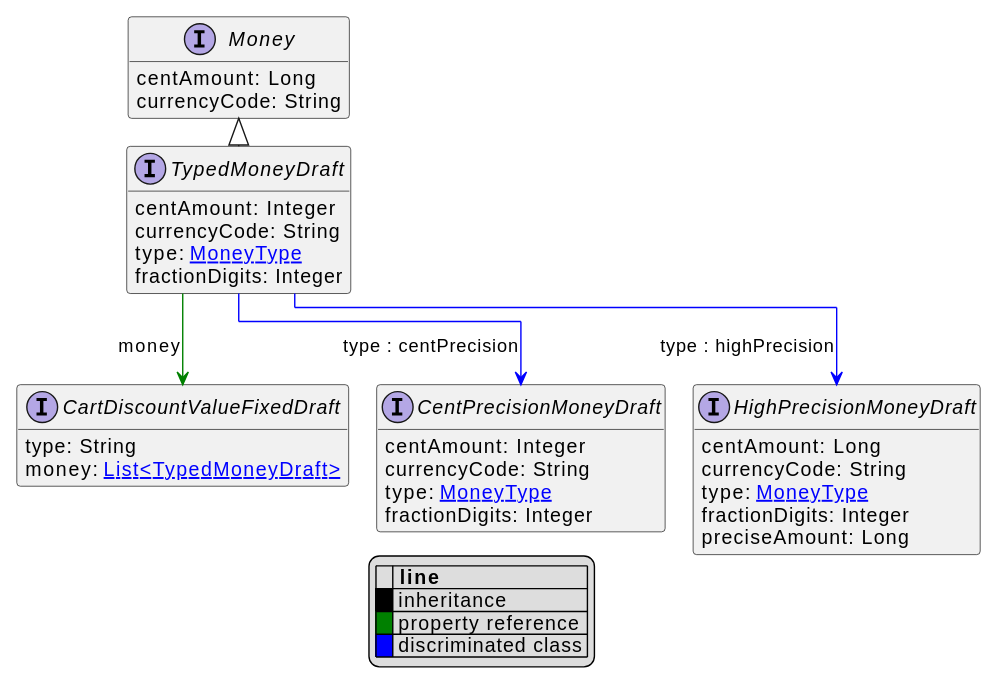
The PlantUML diagram uml/api/svg/TypedMoneyDraft.svg in commercetools/commercetools-api-reference, before a commit.
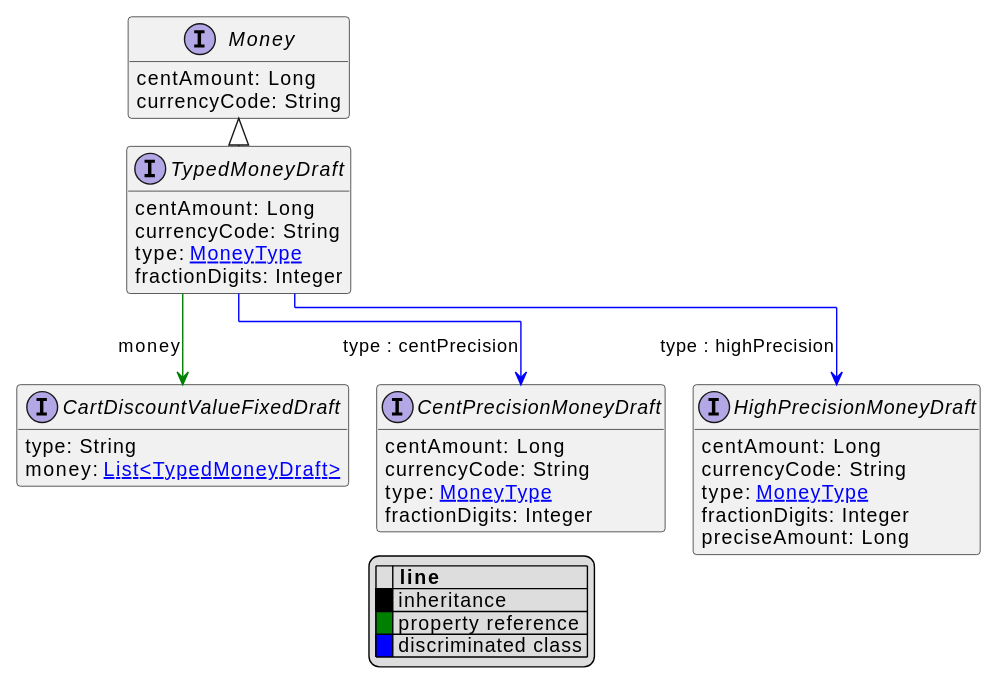
After the change.

What changed in the source:
```diff
@@ -9,7 +9,7 @@
 |<back:blue>   </back>| discriminated class |
 endlegend
 interface TypedMoneyDraft [[TypedMoneyDraft.svg]] extends Money {
-    centAmount: Integer
+    centAmount: Long
     currencyCode: String
     type: [[MoneyType.svg MoneyType]]
     fractionDigits: Integer
@@ -20,7 +20,7 @@
 }
 
 interface CentPrecisionMoneyDraft [[CentPrecisionMoneyDraft.svg]]  {
-    centAmount: Integer
+    centAmount: Long
     currencyCode: String
     type: [[MoneyType.svg MoneyType]]
     fractionDigits: Integer
```
